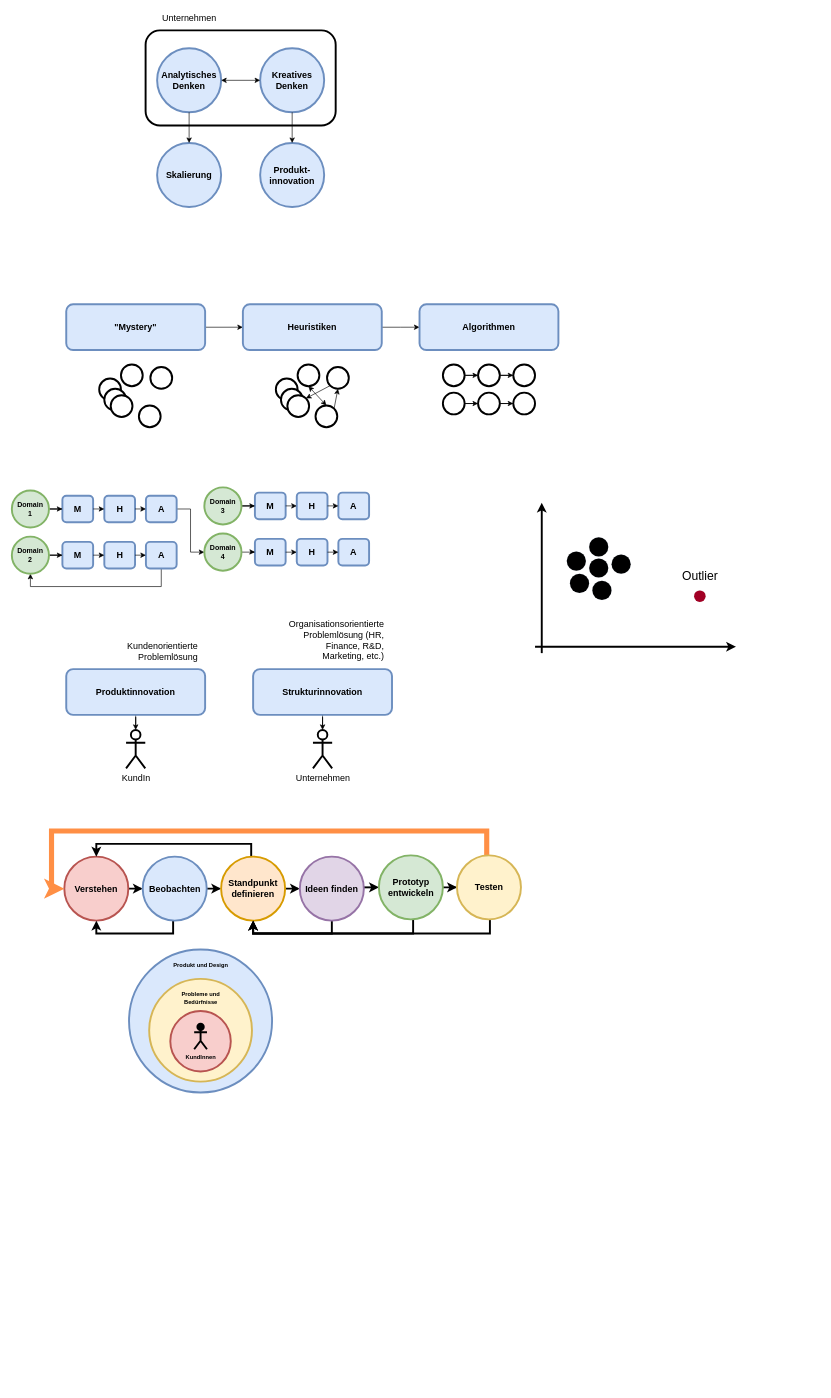
FlorianFlatscher/design-thinking-portfolio keeps this draw.io diagram as Diagramme.drawio. Above is the earlier version. Source tidied: cells renumbered, new cells numbered last; positions are measured from the earlier drawing's top-left corner, leaving out a move shared by most shapes. Both pictures are drawn from the tidied source at 64%, with x=0, y=0 at pixel (12, 11).
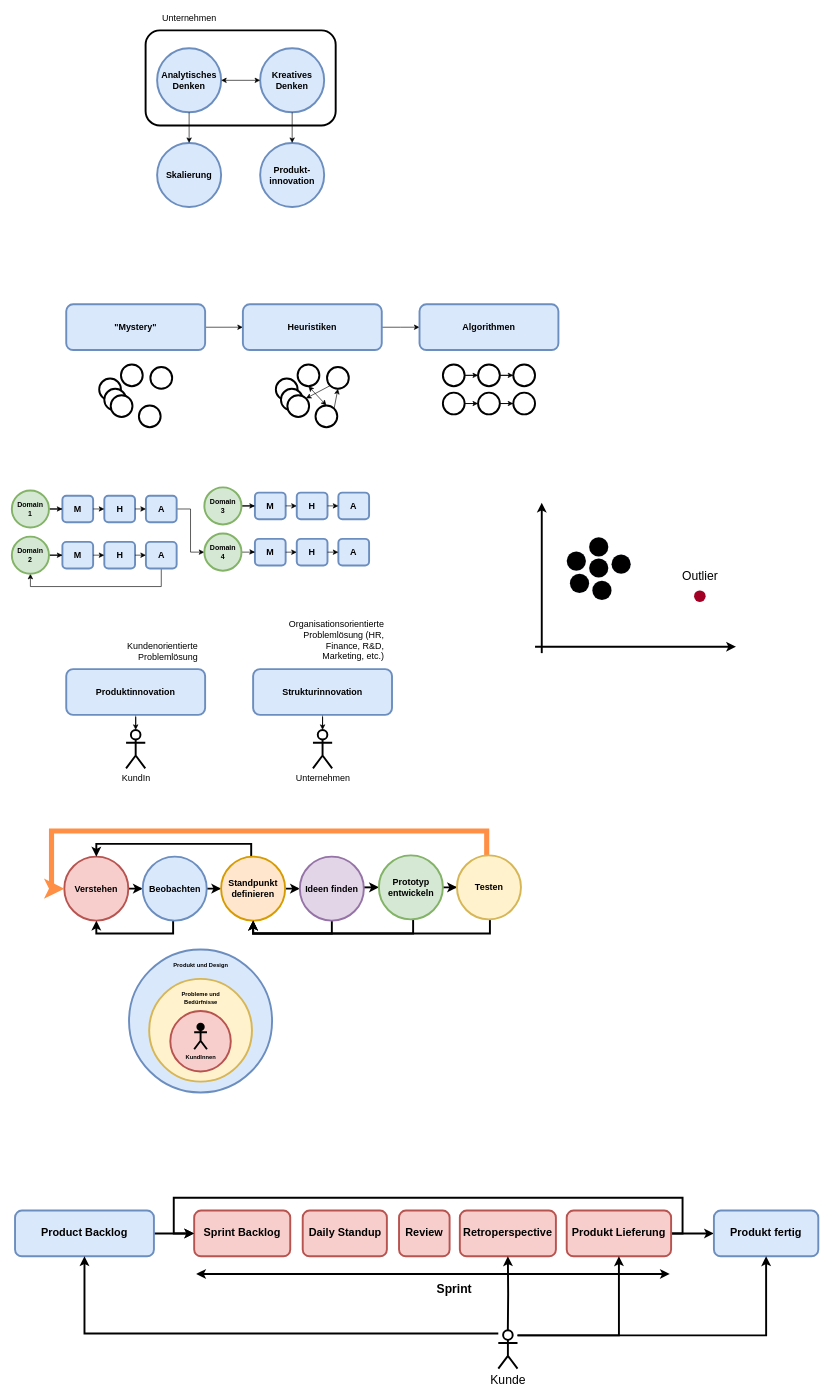
After the change.

The edit, as a diff of the source:
```diff
@@
+    <mxCell id="112" style="edgeStyle=orthogonalEdgeStyle;rounded=0;jettySize=auto;html=1;entryX=0;entryY=0.5;entryDx=0;entryDy=0;fontSize=19;strokeColor=#000000;strokeWidth=3;" parent="1" edge="1" source="113" target="114">
+      <mxGeometry relative="1" as="geometry" />
+    </mxCell>
+    <mxCell id="113" value="Product Backlog" style="rounded=1;whiteSpace=wrap;html=1;fontSize=17;strokeWidth=3;fillColor=#dae8fc;strokeColor=#6c8ebf;fontStyle=1;" parent="1" vertex="1">
+      <mxGeometry x="5" y="1874" width="217" height="71.5" as="geometry" />
+    </mxCell>
+    <mxCell id="114" value="Sprint Backlog" style="rounded=1;whiteSpace=wrap;html=1;fontSize=17;strokeWidth=3;fillColor=#f8cecc;strokeColor=#b85450;fontStyle=1;" parent="1" vertex="1">
+      <mxGeometry x="284.9" y="1874" width="150.1" height="71.5" as="geometry" />
+    </mxCell>
+    <mxCell id="115" value="Daily Standup" style="rounded=1;whiteSpace=wrap;html=1;fontSize=17;strokeWidth=3;fillColor=#f8cecc;strokeColor=#b85450;fontStyle=1;" parent="1" vertex="1">
+      <mxGeometry x="454.5" y="1874" width="131.5" height="71.5" as="geometry" />
+    </mxCell>
+    <mxCell id="116" value="Review" style="rounded=1;whiteSpace=wrap;html=1;fontSize=17;strokeWidth=3;fillColor=#f8cecc;strokeColor=#b85450;fontStyle=1;" parent="1" vertex="1">
+      <mxGeometry x="605" y="1874" width="79" height="71.5" as="geometry" />
+    </mxCell>
+    <mxCell id="117" value="Retroperspective" style="rounded=1;whiteSpace=wrap;html=1;fontSize=17;strokeWidth=3;fillColor=#f8cecc;strokeColor=#b85450;fontStyle=1;" parent="1" vertex="1">
+      <mxGeometry x="700" y="1874" width="150.1" height="71.5" as="geometry" />
+    </mxCell>
+    <mxCell id="118" style="edgeStyle=orthogonalEdgeStyle;rounded=0;jettySize=auto;html=1;entryX=0;entryY=0.5;entryDx=0;entryDy=0;fontSize=19;strokeColor=#000000;strokeWidth=3;" parent="1" edge="1" source="120" target="114">
+      <mxGeometry relative="1" as="geometry">
+        <Array as="points">
+          <mxPoint x="1048" y="1910" />
+          <mxPoint x="1048" y="1854" />
+          <mxPoint x="253" y="1854" />
+          <mxPoint x="253" y="1910" />
+        </Array>
+      </mxGeometry>
+    </mxCell>
+    <mxCell id="119" style="edgeStyle=orthogonalEdgeStyle;rounded=0;jettySize=auto;html=1;entryX=0;entryY=0.5;entryDx=0;entryDy=0;fontSize=19;strokeColor=#000000;strokeWidth=3;" parent="1" edge="1" source="120" target="123">
+      <mxGeometry relative="1" as="geometry" />
+    </mxCell>
+    <mxCell id="120" value="Produkt Lieferung" style="rounded=1;whiteSpace=wrap;html=1;fontSize=17;strokeWidth=3;fillColor=#f8cecc;strokeColor=#b85450;fontStyle=1;" parent="1" vertex="1">
+      <mxGeometry x="867" y="1874" width="163.1" height="71.5" as="geometry" />
+    </mxCell>
+    <mxCell id="121" style="endArrow=classic;startArrow=classic;html=1;rounded=0;fontSize=17;strokeColor=#000000;strokeWidth=3;" parent="1" edge="1">
+      <mxGeometry relative="1" as="geometry">
+        <mxPoint x="288" y="1973" as="sourcePoint" />
+        <mxPoint x="1028" y="1973" as="targetPoint" />
+      </mxGeometry>
+    </mxCell>
+    <mxCell id="122" value="&lt;b&gt;&lt;font style=&quot;font-size: 19px&quot;&gt;Sprint&lt;/font&gt;&lt;/b&gt;" style="text;html=1;align=center;verticalAlign=middle;strokeColor=none;fillColor=none;fontSize=17;" parent="1" vertex="1">
+      <mxGeometry x="658" y="1984" width="65" height="25" as="geometry" />
+    </mxCell>
+    <mxCell id="123" value="Produkt fertig" style="rounded=1;whiteSpace=wrap;html=1;fontSize=17;strokeWidth=3;fillColor=#dae8fc;strokeColor=#6c8ebf;fontStyle=1;" parent="1" vertex="1">
+      <mxGeometry x="1097" y="1874" width="163.1" height="71.5" as="geometry" />
+    </mxCell>
+    <mxCell id="124" style="edgeStyle=orthogonalEdgeStyle;rounded=0;jettySize=auto;html=1;entryX=0.5;entryY=1;entryDx=0;entryDy=0;fontSize=19;strokeColor=#000000;strokeWidth=3;" parent="1" edge="1" target="117">
+      <mxGeometry relative="1" as="geometry">
+        <mxPoint x="775" y="2062" as="sourcePoint" />
+      </mxGeometry>
+    </mxCell>
+    <mxCell id="125" style="edgeStyle=orthogonalEdgeStyle;rounded=0;jettySize=auto;html=1;entryX=0.5;entryY=1;entryDx=0;entryDy=0;fontSize=19;strokeColor=#000000;strokeWidth=3;" parent="1" edge="1" source="128" target="113">
+      <mxGeometry relative="1" as="geometry">
+        <Array as="points">
+          <mxPoint x="114" y="2066" />
+        </Array>
+      </mxGeometry>
+    </mxCell>
+    <mxCell id="126" style="edgeStyle=orthogonalEdgeStyle;rounded=0;jettySize=auto;html=1;entryX=0.5;entryY=1;entryDx=0;entryDy=0;fontSize=19;strokeColor=#000000;strokeWidth=3;" parent="1" edge="1" source="128" target="123">
+      <mxGeometry relative="1" as="geometry">
+        <Array as="points">
+          <mxPoint x="1179" y="2069" />
+        </Array>
+      </mxGeometry>
+    </mxCell>
+    <mxCell id="127" style="edgeStyle=orthogonalEdgeStyle;rounded=0;jettySize=auto;html=1;entryX=0.5;entryY=1;entryDx=0;entryDy=0;fontSize=19;strokeColor=#000000;strokeWidth=3;" parent="1" edge="1" source="128" target="120">
+      <mxGeometry relative="1" as="geometry">
+        <Array as="points">
+          <mxPoint x="949" y="2069" />
+        </Array>
+      </mxGeometry>
+    </mxCell>
+    <mxCell id="128" value="Kunde" style="shape=umlActor;verticalLabelPosition=bottom;verticalAlign=top;html=1;outlineConnect=0;fontSize=19;strokeColor=default;strokeWidth=3;fillColor=none;" parent="1" vertex="1">
+      <mxGeometry x="760.1" y="2061" width="30" height="60" as="geometry" />
+    </mxCell>
```
